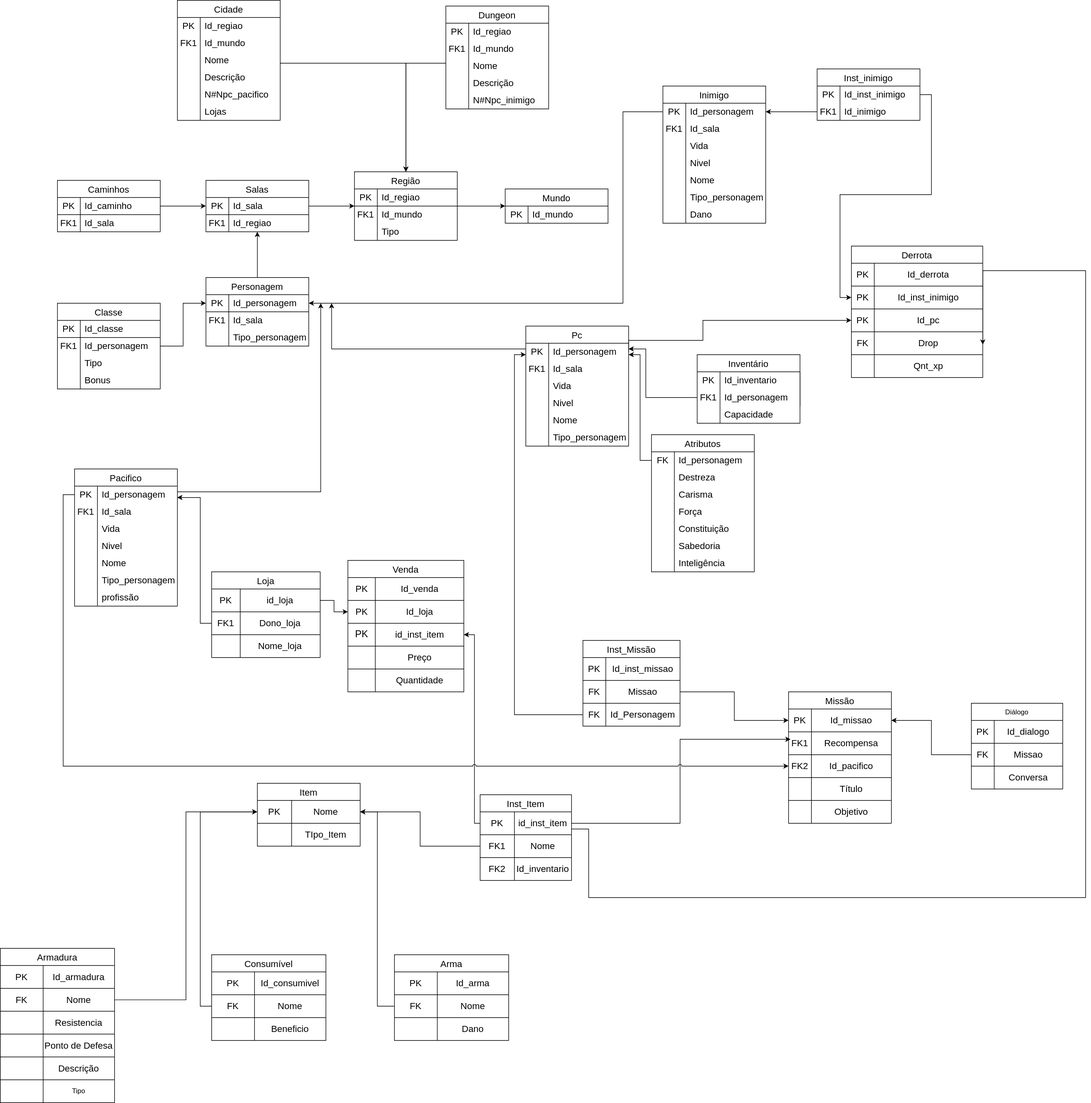
This is docs/modulo_01/MER.drawio.svg from SBD1/2024.2-D-D-classico, a draw.io export, as it was before one commit. Source tidied: cells renumbered, new cells last; positions are measured from the earlier drawing's top-left corner, leaving out a move shared by most shapes.
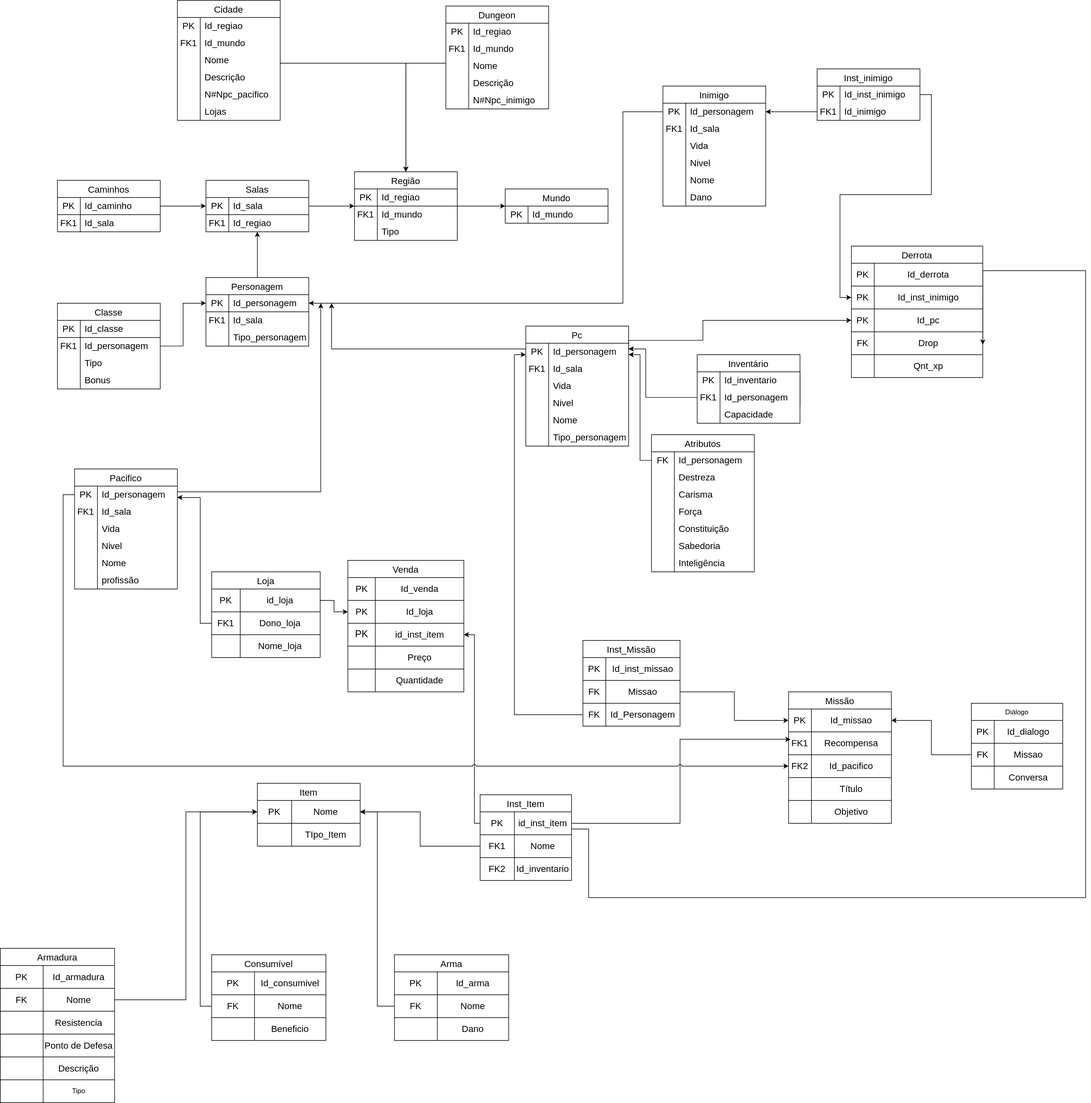
After the change.

Change to the diagram source:
```diff
@@ -723,7 +723,7 @@
       <mxGeometry x="40" width="140" height="30" as="geometry" />
     </mxCell>
     <mxCell id="231" value="Pacifico" style="shape=table;startSize=30;rowLines=0;fontStyle=0;strokeColor=default;fontSize=16;" parent="1" vertex="1">
-      <mxGeometry x="130" y="820" width="180" height="240" as="geometry" />
+      <mxGeometry x="130" y="820" width="180" height="210" as="geometry" />
     </mxCell>
     <mxCell id="232" style="shape=tableRow;horizontal=0;startSize=0;swimlaneHead=0;swimlaneBody=0;top=0;left=0;bottom=0;right=0;fillColor=none;points=[[0,0.5],[1,0.5]];portConstraint=eastwest;strokeColor=inherit;fontSize=16;" parent="231" vertex="1">
       <mxGeometry y="30" width="180" height="30" as="geometry" />
@@ -770,17 +770,8 @@
     <mxCell id="246" value="Nome" style="shape=partialRectangle;html=1;whiteSpace=wrap;fillColor=none;top=0;left=0;bottom=0;right=0;align=left;spacingLeft=6;overflow=hidden;strokeColor=inherit;fontSize=16;" parent="244" vertex="1">
       <mxGeometry x="40" width="140" height="30" as="geometry" />
     </mxCell>
-    <mxCell id="247" style="shape=tableRow;horizontal=0;startSize=0;swimlaneHead=0;swimlaneBody=0;top=0;left=0;bottom=0;right=0;fillColor=none;strokeColor=inherit;fontSize=16;" parent="231" vertex="1">
-      <mxGeometry y="180" width="180" height="30" as="geometry" />
-    </mxCell>
-    <mxCell id="248" style="shape=partialRectangle;html=1;whiteSpace=wrap;fillColor=none;top=0;left=0;bottom=0;right=0;overflow=hidden;strokeColor=inherit;fontSize=16;" parent="247" vertex="1">
-      <mxGeometry width="40" height="30" as="geometry" />
-    </mxCell>
-    <mxCell id="249" value="&lt;div&gt;Tipo_personagem&lt;/div&gt;" style="shape=partialRectangle;html=1;whiteSpace=wrap;fillColor=none;top=0;left=0;bottom=0;right=0;align=left;spacingLeft=6;overflow=hidden;strokeColor=inherit;fontSize=16;" parent="247" vertex="1">
-      <mxGeometry x="40" width="140" height="30" as="geometry" />
-    </mxCell>
     <mxCell id="250" style="shape=tableRow;horizontal=0;startSize=0;swimlaneHead=0;swimlaneBody=0;top=0;left=0;bottom=0;right=0;fillColor=none;strokeColor=inherit;fontSize=16;" parent="231" vertex="1">
-      <mxGeometry y="210" width="180" height="30" as="geometry" />
+      <mxGeometry y="180" width="180" height="30" as="geometry" />
     </mxCell>
     <mxCell id="251" style="shape=partialRectangle;html=1;whiteSpace=wrap;fillColor=none;top=0;left=0;bottom=0;right=0;overflow=hidden;strokeColor=inherit;fontSize=16;" parent="250" vertex="1">
       <mxGeometry width="40" height="30" as="geometry" />
@@ -789,7 +780,7 @@
       <mxGeometry x="40" width="140" height="30" as="geometry" />
     </mxCell>
     <mxCell id="253" value="Inimigo" style="shape=table;startSize=30;rowLines=0;fontStyle=0;strokeColor=default;fontSize=16;" parent="1" vertex="1">
-      <mxGeometry x="1160" y="150" width="180" height="240" as="geometry" />
+      <mxGeometry x="1160" y="150" width="180" height="210" as="geometry" />
     </mxCell>
     <mxCell id="254" style="shape=tableRow;horizontal=0;startSize=0;swimlaneHead=0;swimlaneBody=0;top=0;left=0;bottom=0;right=0;fillColor=none;points=[[0,0.5],[1,0.5]];portConstraint=eastwest;strokeColor=inherit;fontSize=16;" parent="253" vertex="1">
       <mxGeometry y="30" width="180" height="30" as="geometry" />
@@ -836,17 +827,8 @@
     <mxCell id="268" value="Nome" style="shape=partialRectangle;html=1;whiteSpace=wrap;fillColor=none;top=0;left=0;bottom=0;right=0;align=left;spacingLeft=6;overflow=hidden;strokeColor=inherit;fontSize=16;" parent="266" vertex="1">
       <mxGeometry x="40" width="140" height="30" as="geometry" />
     </mxCell>
-    <mxCell id="269" style="shape=tableRow;horizontal=0;startSize=0;swimlaneHead=0;swimlaneBody=0;top=0;left=0;bottom=0;right=0;fillColor=none;strokeColor=inherit;fontSize=16;" parent="253" vertex="1">
-      <mxGeometry y="180" width="180" height="30" as="geometry" />
-    </mxCell>
-    <mxCell id="270" style="shape=partialRectangle;html=1;whiteSpace=wrap;fillColor=none;top=0;left=0;bottom=0;right=0;overflow=hidden;strokeColor=inherit;fontSize=16;" parent="269" vertex="1">
-      <mxGeometry width="40" height="30" as="geometry" />
-    </mxCell>
-    <mxCell id="271" value="&lt;div&gt;Tipo_personagem&lt;/div&gt;" style="shape=partialRectangle;html=1;whiteSpace=wrap;fillColor=none;top=0;left=0;bottom=0;right=0;align=left;spacingLeft=6;overflow=hidden;strokeColor=inherit;fontSize=16;" parent="269" vertex="1">
-      <mxGeometry x="40" width="140" height="30" as="geometry" />
-    </mxCell>
     <mxCell id="272" style="shape=tableRow;horizontal=0;startSize=0;swimlaneHead=0;swimlaneBody=0;top=0;left=0;bottom=0;right=0;fillColor=none;strokeColor=inherit;fontSize=16;" parent="253" vertex="1">
-      <mxGeometry y="210" width="180" height="30" as="geometry" />
+      <mxGeometry y="180" width="180" height="30" as="geometry" />
     </mxCell>
     <mxCell id="273" style="shape=partialRectangle;html=1;whiteSpace=wrap;fillColor=none;top=0;left=0;bottom=0;right=0;overflow=hidden;strokeColor=inherit;fontSize=16;" parent="272" vertex="1">
       <mxGeometry width="40" height="30" as="geometry" />
```
